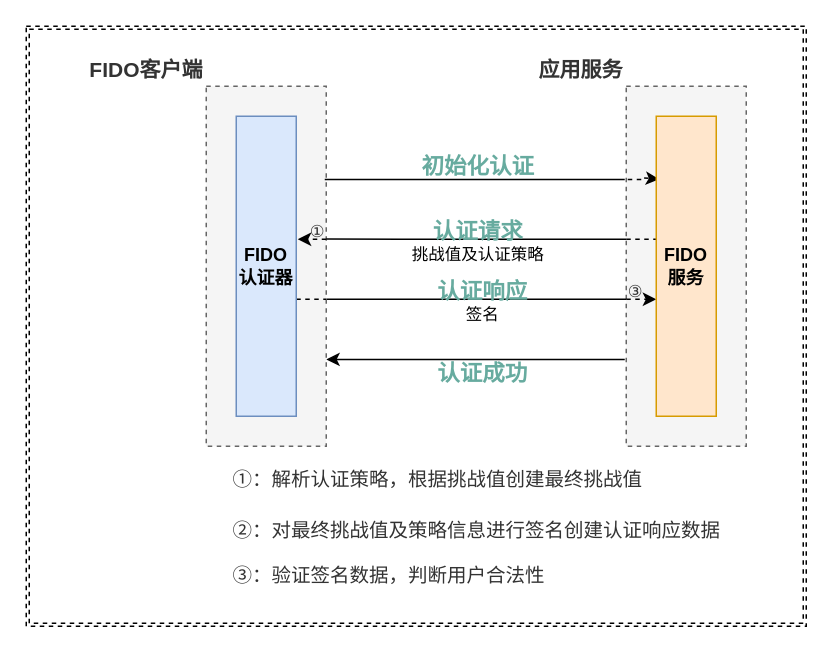
Above: FIDO认证流程.drawio in mobof/Koal (draw.io), before the change. Source tidied: cells renumbered, new cells numbered last; positions are measured from the earlier drawing's top-left corner, leaving out a move shared by most shapes. Both pictures are drawn from the tidied source at 150%, with x=0, y=0 at pixel (26, 26).
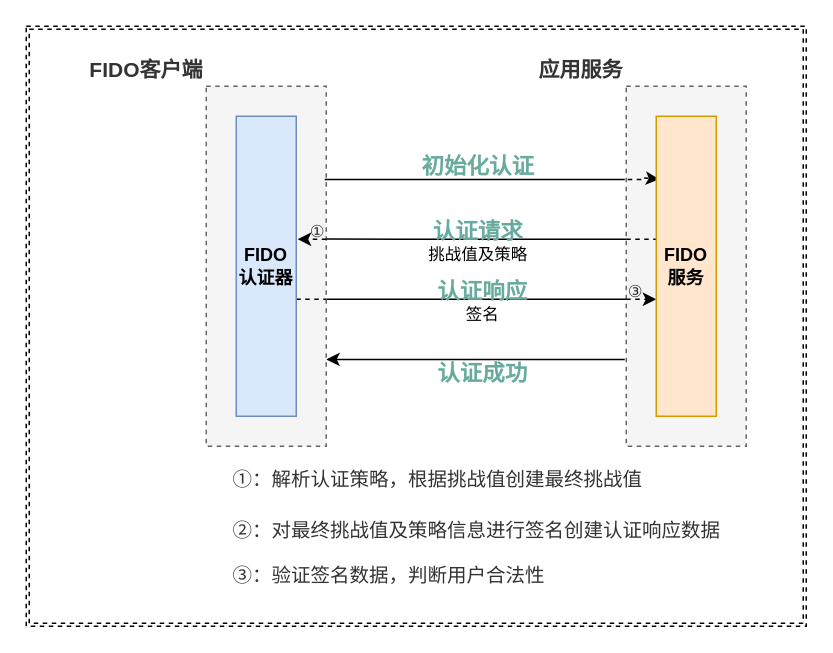
After the change.

The change refers to these unchanged cells:
```xml
<mxCell id="17" style="edgeStyle=orthogonalEdgeStyle;rounded=0;orthogonalLoop=1;jettySize=auto;html=1;entryX=1;entryY=0.333;entryDx=0;entryDy=0;entryPerimeter=0;endArrow=none;endFill=0;" parent="1" edge="1">
  <mxGeometry relative="1" as="geometry">
    <mxPoint x="400" y="142" as="sourcePoint" />
    <mxPoint x="200" y="141.9" as="targetPoint" />
    <Array as="points">
      <mxPoint x="250" y="142" />
      <mxPoint x="250" y="142" />
    </Array>
  </mxGeometry>
</mxCell>
```

The edit, as a diff of the source:
```diff
@@
-    <mxCell id="18" value="&lt;b&gt;&lt;font color=&quot;#67ab9f&quot; style=&quot;font-size: 15px&quot;&gt;认证请求&lt;/font&gt;&lt;/b&gt;&lt;br&gt;挑战值及认证策略" style="edgeLabel;html=1;align=center;verticalAlign=middle;labelBackgroundColor=none;" parent="17" vertex="1">
+    <mxCell id="18" value="&lt;b&gt;&lt;font color=&quot;#67ab9f&quot; style=&quot;font-size: 15px&quot;&gt;认证请求&lt;/font&gt;&lt;/b&gt;&lt;br&gt;挑战值及策略" style="edgeLabel;html=1;align=center;verticalAlign=middle;labelBackgroundColor=none;" parent="17" vertex="1">
       <mxGeometry x="0.06" relative="1" as="geometry">
         <mxPoint x="6" as="offset" />
       </mxGeometry>
     </mxCell>
```
